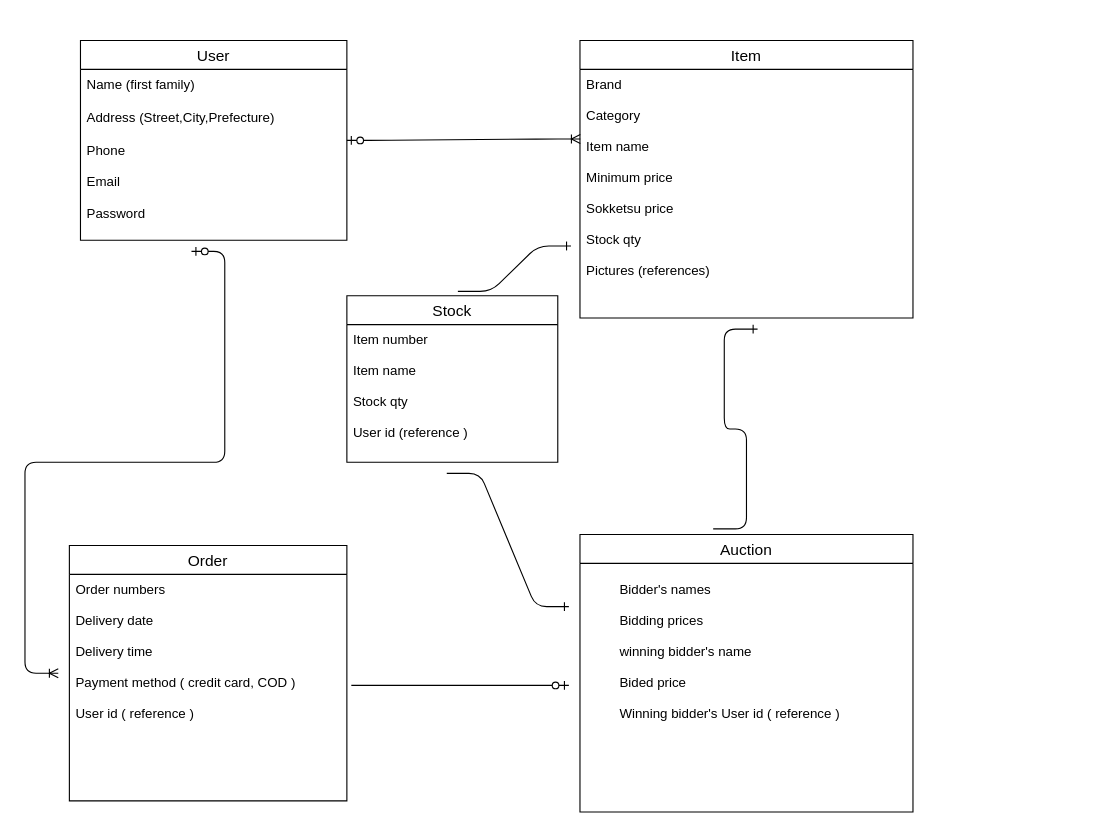
This is app/views/furima-39640-ER.dio from SoramatsuShio/furima-39640, a draw.io file, before an edit. Source tidied: cells renumbered, new cells numbered last; positions are measured from the earlier drawing's top-left corner, leaving out a move shared by most shapes. Both pictures are drawn from the tidied source at 111%, with x=0, y=0 at pixel (58, 40).
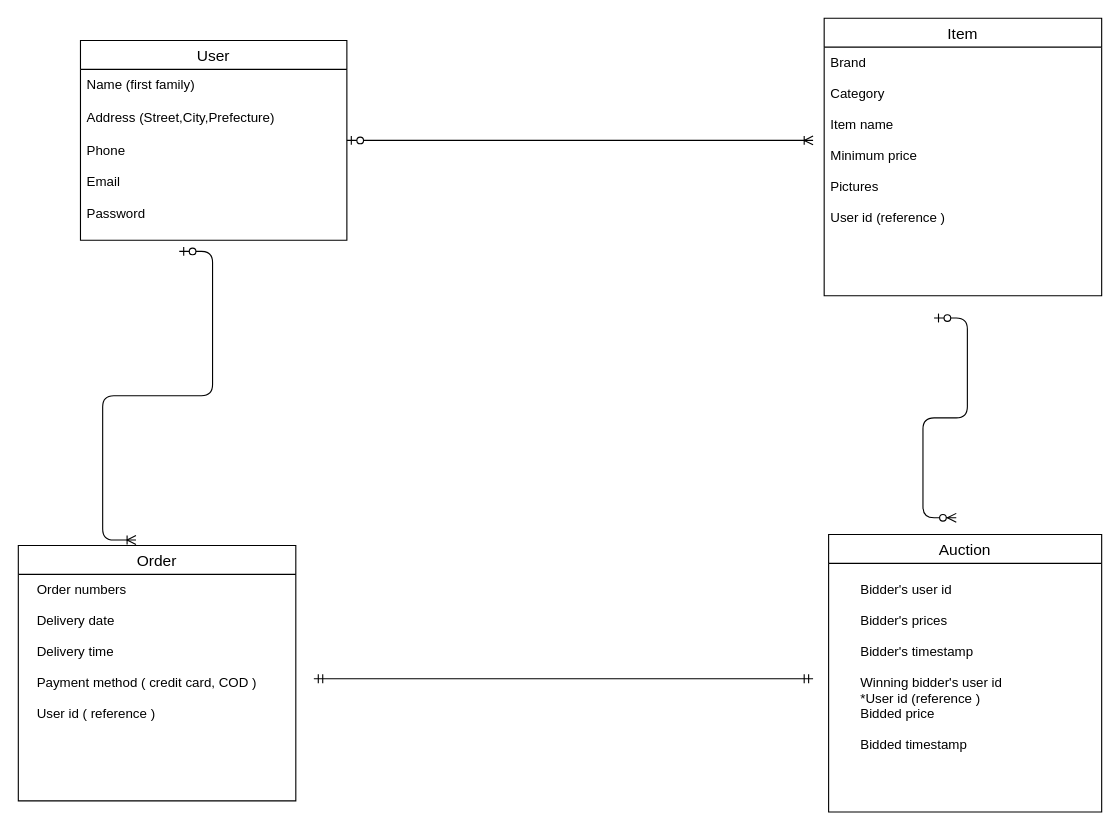
The same diagram, later.

What changed in the source:
```diff
@@
     <mxCell id="6" value="Item" style="swimlane;fontStyle=0;horizontal=1;startSize=26;align=center;fontSize=14;" parent="1" vertex="1">
-      <mxGeometry x="470" width="300" height="250" as="geometry" />
+      <mxGeometry x="690" y="-20" width="250" height="250" as="geometry" />
     </mxCell>
-    <mxCell id="7" value="Brand &#10;&#10;Category&#10;&#10;Item name&#10;&#10;Minimum price&#10;&#10;Sokketsu price&#10;&#10;Stock qty&#10;&#10;Pictures (references)" style="text;strokeColor=none;fillColor=none;spacingLeft=4;spacingRight=4;overflow=hidden;points=[[0,0.5],[1,0.5]];portConstraint=eastwest;fontSize=12;" parent="6" vertex="1">
-      <mxGeometry y="26" width="300" height="224" as="geometry" />
+    <mxCell id="7" value="Brand &#10;&#10;Category&#10;&#10;Item name&#10;&#10;Minimum price&#10;&#10;Pictures &#10;&#10;User id (reference )&#10;" style="text;strokeColor=none;fillColor=none;spacingLeft=4;spacingRight=4;overflow=hidden;points=[[0,0.5],[1,0.5]];portConstraint=eastwest;fontSize=12;" parent="6" vertex="1">
+      <mxGeometry y="26" width="250" height="224" as="geometry" />
     </mxCell>
-    <mxCell id="8" style="edgeStyle=entityRelationEdgeStyle;fontSize=12;html=1;endArrow=ERoneToMany;startArrow=ERzeroToOne;entryX=0.001;entryY=1.091;entryDx=0;entryDy=0;entryPerimeter=0;" parent="1" edge="1">
+    <mxCell id="8" style="edgeStyle=entityRelationEdgeStyle;fontSize=12;html=1;endArrow=ERoneToMany;startArrow=ERzeroToOne;entryX=-0.04;entryY=0.375;entryDx=0;entryDy=0;entryPerimeter=0;" parent="1" edge="1" target="7">
       <mxGeometry relative="1" as="geometry">
         <mxPoint x="260" y="90" as="sourcePoint" />
-        <mxPoint x="470.3" y="88.7" as="targetPoint" />
       </mxGeometry>
     </mxCell>
     <mxCell id="9" value="Order" style="swimlane;fontStyle=0;horizontal=1;startSize=26;align=center;fontSize=14;" parent="1" vertex="1">
-      <mxGeometry x="10" y="455" width="250" height="230" as="geometry" />
+      <mxGeometry x="-36" y="455" width="250" height="230" as="geometry" />
     </mxCell>
     <mxCell id="10" style="edgeStyle=entityRelationEdgeStyle;fontSize=12;html=1;endArrow=ERoneToMany;startArrow=ERzeroToOne;" parent="1" edge="1">
       <mxGeometry relative="1" as="geometry">
-        <mxPoint x="120" y="190" as="sourcePoint" />
-        <mxPoint y="570" as="targetPoint" />
+        <mxPoint x="109" y="190" as="sourcePoint" />
+        <mxPoint x="70" y="450" as="targetPoint" />
       </mxGeometry>
     </mxCell>
     <mxCell id="11" value="Auction" style="swimlane;fontStyle=0;horizontal=1;startSize=26;align=center;fontSize=14;" parent="1" vertex="1">
-      <mxGeometry x="470" y="445" width="300" height="250" as="geometry" />
+      <mxGeometry x="694" y="445" width="246" height="250" as="geometry" />
     </mxCell>
-    <mxCell id="12" value="Bidder's names&#10;&#10;Bidding prices&#10;&#10;winning bidder's name&#10;&#10;Bided price&#10;&#10;Winning bidder's User id ( reference )" style="text;strokeColor=none;fillColor=none;spacingLeft=4;spacingRight=4;overflow=hidden;fontSize=12;" parent="1" vertex="1">
-      <mxGeometry x="500" y="481" width="210" height="204" as="geometry" />
+    <mxCell id="12" value="Bidder's user id&#10;      &#10;Bidder's prices &#10;&#10;Bidder's timestamp&#10;&#10;Winning bidder's user id &#10;*User id (reference )&#10;Bidded price       &#10;&#10;Bidded timestamp  " style="text;strokeColor=none;fillColor=none;spacingLeft=4;spacingRight=4;overflow=hidden;fontSize=12;" parent="1" vertex="1">
+      <mxGeometry x="717" y="481" width="210" height="204" as="geometry" />
     </mxCell>
     <mxCell id="13" value="Order numbers &#10;&#10;Delivery date&#10;&#10;Delivery time&#10;&#10;Payment method ( credit card, COD )&#10;&#10;User id ( reference )" style="text;strokeColor=none;fillColor=none;spacingLeft=4;spacingRight=4;overflow=hidden;points=[[0,0.5],[1,0.5]];portConstraint=eastwest;fontSize=12;" parent="1" vertex="1">
-      <mxGeometry x="10" y="481" width="250" height="204" as="geometry" />
+      <mxGeometry x="-25" y="481" width="250" height="204" as="geometry" />
     </mxCell>
-    <mxCell id="14" style="edgeStyle=entityRelationEdgeStyle;fontSize=12;html=1;endArrow=ERzeroToOne;endFill=1;" parent="1" edge="1">
-      <mxGeometry relative="1" as="geometry">
-        <mxPoint x="264" y="581" as="sourcePoint" />
-        <mxPoint x="460" y="581" as="targetPoint" />
-      </mxGeometry>
-    </mxCell>
-    <mxCell id="15" value="Stock" style="swimlane;fontStyle=0;horizontal=1;startSize=26;align=center;fontSize=14;" parent="1" vertex="1">
-      <mxGeometry x="260" y="230" width="190" height="150" as="geometry" />
-    </mxCell>
-    <mxCell id="16" value="Item number&#10;&#10;Item name&#10;&#10;Stock qty &#10;&#10;User id (reference )&#10;&#10;" style="text;strokeColor=none;fillColor=none;spacingLeft=4;spacingRight=4;overflow=hidden;fontSize=12;" parent="15" vertex="1">
-      <mxGeometry y="26" width="190" height="124" as="geometry" />
-    </mxCell>
-    <mxCell id="17" style="edgeStyle=entityRelationEdgeStyle;fontSize=12;html=1;endArrow=ERone;endFill=1;entryX=-0.027;entryY=0.728;entryDx=0;entryDy=0;entryPerimeter=0;" parent="1" edge="1">
-      <mxGeometry relative="1" as="geometry">
-        <mxPoint x="360" y="226" as="sourcePoint" />
-        <mxPoint x="461.9" y="185.1" as="targetPoint" />
-      </mxGeometry>
-    </mxCell>
-    <mxCell id="18" style="edgeStyle=entityRelationEdgeStyle;fontSize=12;html=1;endArrow=ERone;endFill=1;" parent="1" edge="1">
-      <mxGeometry relative="1" as="geometry">
-        <mxPoint x="590" y="440" as="sourcePoint" />
-        <mxPoint x="630" y="260" as="targetPoint" />
-      </mxGeometry>
-    </mxCell>
-    <mxCell id="19" style="edgeStyle=entityRelationEdgeStyle;fontSize=12;html=1;endArrow=ERone;endFill=1;" parent="1" edge="1">
-      <mxGeometry relative="1" as="geometry">
-        <mxPoint x="350" y="390" as="sourcePoint" />
-        <mxPoint x="460" y="510" as="targetPoint" />
-      </mxGeometry>
-    </mxCell>
+    <mxCell id="20" style="edgeStyle=entityRelationEdgeStyle;fontSize=12;html=1;endArrow=ERzeroToMany;startArrow=ERzeroToOne;" parent="1" edge="1">
+      <mxGeometry relative="1" as="geometry">
+        <mxPoint x="789" y="250" as="sourcePoint" />
+        <mxPoint x="809" y="430" as="targetPoint" />
+      </mxGeometry>
+    </mxCell>
+    <mxCell id="21" style="edgeStyle=entityRelationEdgeStyle;fontSize=12;html=1;endArrow=ERmandOne;startArrow=ERmandOne;exitX=1.021;exitY=0.461;exitDx=0;exitDy=0;exitPerimeter=0;" parent="1" edge="1" source="13">
+      <mxGeometry relative="1" as="geometry">
+        <mxPoint x="680" y="575" as="targetPoint" />
+      </mxGeometry>
+    </mxCell>
```
